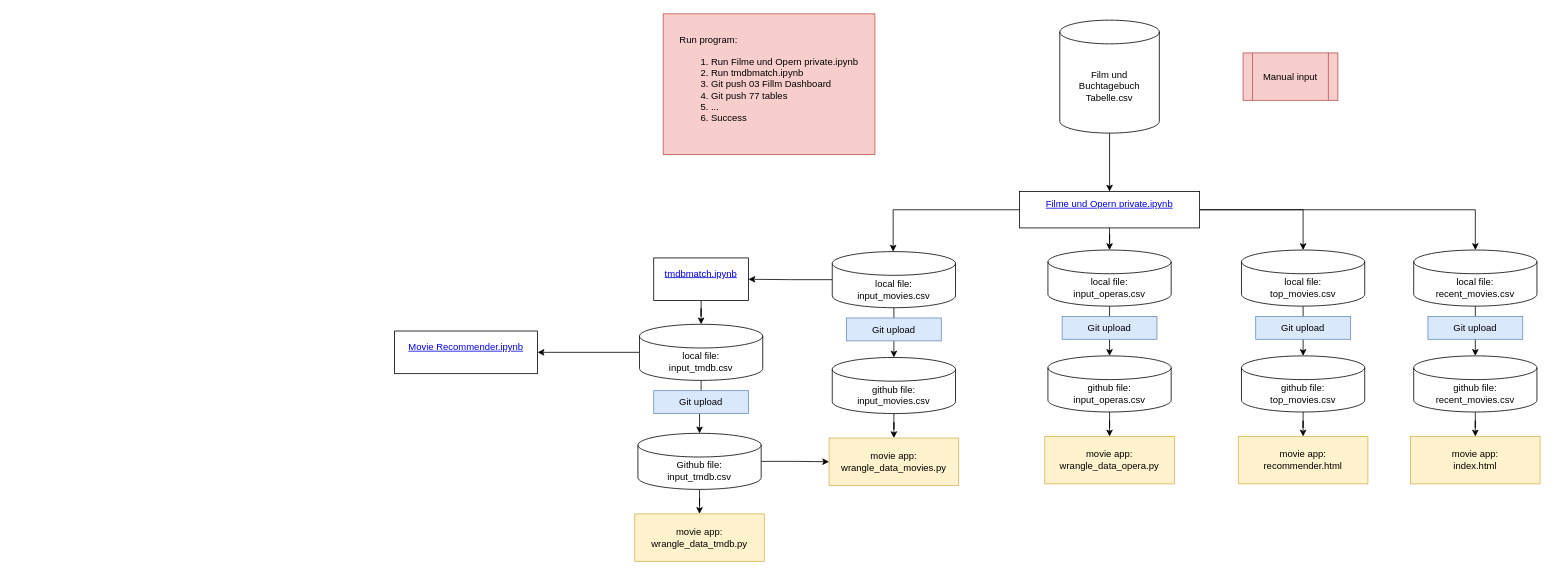
The draw.io diagram movie opera diary.drawio in muellermax/app.diagrams.net-data, before the edit. Source tidied: cells renumbered, new cells numbered last; positions are measured from the earlier drawing's top-left corner, leaving out a move shared by most shapes. Both pictures are drawn from the tidied source at 79%, with x=0, y=0 at pixel (394, 13).
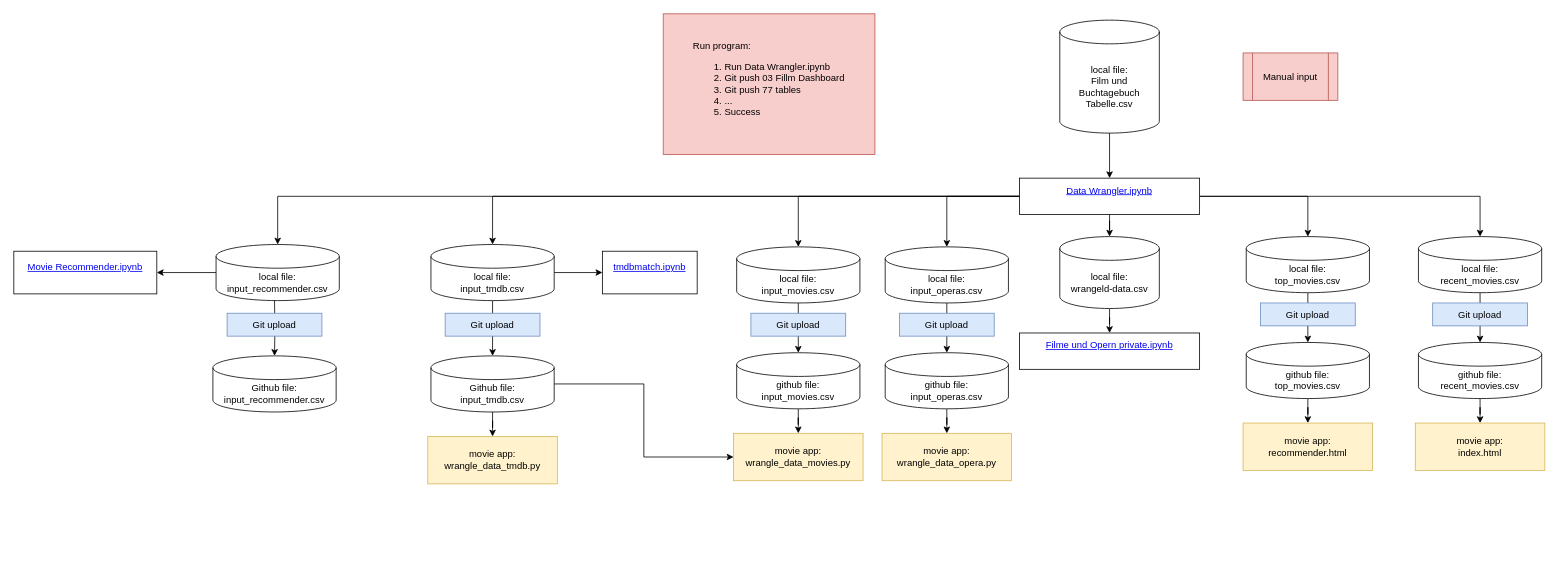
After the change.

Change to the diagram source:
```diff
@@
-    <mxCell id="2" style="edgeStyle=orthogonalEdgeStyle;rounded=0;jettySize=auto;html=1;exitX=0.5;exitY=1;exitDx=0;exitDy=0;exitPerimeter=0;entryX=0.5;entryY=0;entryDx=0;entryDy=0;" parent="1" edge="1" source="3" target="9">
-      <mxGeometry relative="1" as="geometry" />
-    </mxCell>
+    <mxCell id="47" style="edgeStyle=orthogonalEdgeStyle;rounded=0;jettySize=auto;html=1;exitX=0.5;exitY=1;exitDx=0;exitDy=0;exitPerimeter=0;entryX=0.5;entryY=0;entryDx=0;entryDy=0;" parent="1" edge="1" source="3" target="56">
+      <mxGeometry relative="1" as="geometry" />
+    </mxCell>
-    <mxCell id="3" value="Film und Buchtagebuch Tabelle.csv" style="shape=cylinder3;whiteSpace=wrap;html=1;boundedLbl=1;backgroundOutline=1;size=15;rotation=0;" parent="1" vertex="1">
+    <mxCell id="3" value="&lt;div&gt;local file: &lt;br&gt;&lt;/div&gt;&lt;div&gt;Film und Buchtagebuch Tabelle.csv&lt;/div&gt;" style="shape=cylinder3;whiteSpace=wrap;html=1;boundedLbl=1;backgroundOutline=1;size=15;rotation=0;" parent="1" vertex="1">
       <mxGeometry x="842" y="8" width="126" height="143" as="geometry" />
     </mxCell>
@@
-    <mxCell id="5" style="edgeStyle=orthogonalEdgeStyle;rounded=0;jettySize=auto;html=1;entryX=0.5;entryY=0;entryDx=0;entryDy=0;entryPerimeter=0;" parent="1" edge="1" source="9" target="14">
-      <mxGeometry relative="1" as="geometry" />
-    </mxCell>
-    <mxCell id="6" style="edgeStyle=orthogonalEdgeStyle;rounded=0;jettySize=auto;html=1;entryX=0.494;entryY=0;entryDx=0;entryDy=0;entryPerimeter=0;" parent="1" edge="1" source="9" target="12">
-      <mxGeometry relative="1" as="geometry" />
-    </mxCell>
-    <mxCell id="7" style="edgeStyle=orthogonalEdgeStyle;rounded=0;jettySize=auto;html=1;" parent="1" edge="1" source="9" target="34">
-      <mxGeometry relative="1" as="geometry" />
-    </mxCell>
-    <mxCell id="8" style="edgeStyle=orthogonalEdgeStyle;rounded=0;jettySize=auto;html=1;" parent="1" edge="1" source="9" target="40">
-      <mxGeometry relative="1" as="geometry" />
-    </mxCell>
     <mxCell id="9" value="&#10;&lt;a class=&quot;item_link&quot; href=&quot;http://localhost:8888/notebooks/01%20Filmprojekt/Filme%20und%20Opern%20private.ipynb&quot; target=&quot;_blank&quot;&gt;&lt;span class=&quot;item_name&quot;&gt;Filme und Opern private.ipynb&lt;/span&gt;&lt;/a&gt;&#10;&#10;" style="rounded=0;whiteSpace=wrap;html=1;" parent="1" vertex="1">
-      <mxGeometry x="791" y="225" width="228" height="46" as="geometry" />
+      <mxGeometry x="791" y="404" width="228" height="46" as="geometry" />
     </mxCell>
@@
-    <mxCell id="11" style="edgeStyle=orthogonalEdgeStyle;rounded=0;jettySize=auto;html=1;entryX=1;entryY=0.5;entryDx=0;entryDy=0;" parent="1" edge="1" source="12" target="24">
-      <mxGeometry relative="1" as="geometry" />
-    </mxCell>
     <mxCell id="12" value="&lt;div&gt;local file: &lt;br&gt;&lt;/div&gt;&lt;div&gt;input_movies.csv&lt;/div&gt;" style="shape=cylinder3;whiteSpace=wrap;html=1;boundedLbl=1;backgroundOutline=1;size=15;" parent="1" vertex="1">
-      <mxGeometry x="554" y="301" width="156" height="71" as="geometry" />
+      <mxGeometry x="433" y="295" width="156" height="71" as="geometry" />
     </mxCell>
@@
     <mxCell id="14" value="&lt;div&gt;local file: &lt;br&gt;&lt;/div&gt;&lt;div&gt;input_operas.csv&lt;/div&gt;" style="shape=cylinder3;whiteSpace=wrap;html=1;boundedLbl=1;backgroundOutline=1;size=15;" parent="1" vertex="1">
-      <mxGeometry x="827" y="299" width="156" height="71" as="geometry" />
+      <mxGeometry x="621" y="295" width="156" height="71" as="geometry" />
     </mxCell>
@@
     <mxCell id="16" value="&lt;div&gt;github file: &lt;br&gt;&lt;/div&gt;&lt;div&gt;input_operas.csv&lt;/div&gt;" style="shape=cylinder3;whiteSpace=wrap;html=1;boundedLbl=1;backgroundOutline=1;size=15;" parent="1" vertex="1">
-      <mxGeometry x="827" y="433" width="156" height="71" as="geometry" />
+      <mxGeometry x="621" y="429" width="156" height="71" as="geometry" />
     </mxCell>
@@
     <mxCell id="18" value="&lt;div&gt;github file: &lt;br&gt;&lt;/div&gt;&lt;div&gt;input_movies.csv&lt;/div&gt;" style="shape=cylinder3;whiteSpace=wrap;html=1;boundedLbl=1;backgroundOutline=1;size=15;" parent="1" vertex="1">
-      <mxGeometry x="554" y="435" width="156" height="71" as="geometry" />
+      <mxGeometry x="433" y="429" width="156" height="71" as="geometry" />
     </mxCell>
     <mxCell id="19" value="movie app:&lt;br&gt;&lt;div&gt;wrangle_data_movies.py&lt;/div&gt;" style="rounded=0;whiteSpace=wrap;html=1;fillColor=#fff2cc;strokeColor=#d6b656;" parent="1" vertex="1">
-      <mxGeometry x="550" y="537" width="164" height="60" as="geometry" />
+      <mxGeometry x="429" y="531" width="164" height="60" as="geometry" />
     </mxCell>
     <mxCell id="20" value="Git upload" style="rounded=0;whiteSpace=wrap;html=1;fillColor=#dae8fc;strokeColor=#6c8ebf;" parent="1" vertex="1">
-      <mxGeometry x="572" y="385" width="120" height="29" as="geometry" />
+      <mxGeometry x="451" y="379" width="120" height="29" as="geometry" />
     </mxCell>
     <mxCell id="21" value="Git upload" style="rounded=0;whiteSpace=wrap;html=1;fillColor=#dae8fc;strokeColor=#6c8ebf;" parent="1" vertex="1">
-      <mxGeometry x="845" y="383" width="120" height="29" as="geometry" />
+      <mxGeometry x="639" y="379" width="120" height="29" as="geometry" />
     </mxCell>
     <mxCell id="22" value="movie app:&lt;br&gt;&lt;div&gt;wrangle_data_opera.py&lt;/div&gt;" style="rounded=0;whiteSpace=wrap;html=1;fillColor=#fff2cc;strokeColor=#d6b656;" parent="1" vertex="1">
-      <mxGeometry x="823" y="535" width="164" height="60" as="geometry" />
+      <mxGeometry x="617" y="531" width="164" height="60" as="geometry" />
     </mxCell>
-    <mxCell id="23" style="edgeStyle=orthogonalEdgeStyle;rounded=0;jettySize=auto;html=1;" parent="1" edge="1" source="24" target="27">
-      <mxGeometry relative="1" as="geometry" />
-    </mxCell>
     <mxCell id="24" value="&#10;&lt;i class=&quot;item_icon running_notebook_icon icon-fixed-width&quot;&gt;&lt;/i&gt;&lt;a class=&quot;item_link&quot; href=&quot;http://localhost:8888/notebooks/01%20Filmprojekt/tmdbmatch.ipynb&quot; target=&quot;_blank&quot;&gt;&lt;span class=&quot;item_name&quot;&gt;tmdbmatch.ipynb&lt;/span&gt;&lt;/a&gt;&#10;&#10;" style="rounded=0;whiteSpace=wrap;html=1;" parent="1" vertex="1">
-      <mxGeometry x="328" y="309" width="120" height="54" as="geometry" />
+      <mxGeometry x="263" y="300.5" width="120" height="54" as="geometry" />
     </mxCell>
@@
-    <mxCell id="26" style="edgeStyle=orthogonalEdgeStyle;rounded=0;jettySize=auto;html=1;" parent="1" edge="1" source="27" target="45">
-      <mxGeometry relative="1" as="geometry" />
-    </mxCell>
+    <mxCell id="48" style="edgeStyle=orthogonalEdgeStyle;rounded=0;jettySize=auto;html=1;entryX=0;entryY=0.5;entryDx=0;entryDy=0;" parent="1" edge="1" source="27" target="24">
+      <mxGeometry relative="1" as="geometry" />
+    </mxCell>
     <mxCell id="27" value="&lt;div&gt;local file: &lt;br&gt;&lt;/div&gt;&lt;div&gt;input_tmdb.csv&lt;/div&gt;" style="shape=cylinder3;whiteSpace=wrap;html=1;boundedLbl=1;backgroundOutline=1;size=15;" parent="1" vertex="1">
-      <mxGeometry x="310" y="393" width="156" height="71" as="geometry" />
+      <mxGeometry x="46" y="292" width="156" height="71" as="geometry" />
     </mxCell>
@@
     <mxCell id="30" value="&lt;div&gt;Github file: &lt;br&gt;&lt;/div&gt;&lt;div&gt;input_tmdb.csv&lt;/div&gt;" style="shape=cylinder3;whiteSpace=wrap;html=1;boundedLbl=1;backgroundOutline=1;size=15;" parent="1" vertex="1">
-      <mxGeometry x="308" y="531" width="156" height="71" as="geometry" />
+      <mxGeometry x="46" y="433" width="156" height="71" as="geometry" />
     </mxCell>
     <mxCell id="31" value="Git upload" style="rounded=0;whiteSpace=wrap;html=1;fillColor=#dae8fc;strokeColor=#6c8ebf;" parent="1" vertex="1">
-      <mxGeometry x="328" y="477" width="120" height="29" as="geometry" />
+      <mxGeometry x="64" y="379" width="120" height="29" as="geometry" />
     </mxCell>
     <mxCell id="32" value="movie app:&lt;br&gt;&lt;div&gt;wrangle_data_tmdb.py&lt;/div&gt;" style="rounded=0;whiteSpace=wrap;html=1;fillColor=#fff2cc;strokeColor=#d6b656;" parent="1" vertex="1">
-      <mxGeometry x="304" y="633" width="164" height="60" as="geometry" />
+      <mxGeometry x="42" y="535" width="164" height="60" as="geometry" />
     </mxCell>
@@
     <mxCell id="34" value="&lt;div&gt;local file: &lt;br&gt;&lt;/div&gt;&lt;div&gt;top_movies.csv&lt;/div&gt;" style="shape=cylinder3;whiteSpace=wrap;html=1;boundedLbl=1;backgroundOutline=1;size=15;" parent="1" vertex="1">
-      <mxGeometry x="1072" y="299" width="156" height="71" as="geometry" />
+      <mxGeometry x="1078" y="282" width="156" height="71" as="geometry" />
     </mxCell>
@@
     <mxCell id="36" value="&lt;div&gt;github file:&lt;br&gt;&lt;/div&gt;&lt;div&gt;top_movies.csv&lt;/div&gt;" style="shape=cylinder3;whiteSpace=wrap;html=1;boundedLbl=1;backgroundOutline=1;size=15;" parent="1" vertex="1">
-      <mxGeometry x="1072" y="433" width="156" height="71" as="geometry" />
+      <mxGeometry x="1078" y="416" width="156" height="71" as="geometry" />
     </mxCell>
     <mxCell id="37" value="Git upload" style="rounded=0;whiteSpace=wrap;html=1;fillColor=#dae8fc;strokeColor=#6c8ebf;" parent="1" vertex="1">
-      <mxGeometry x="1090" y="383" width="120" height="29" as="geometry" />
+      <mxGeometry x="1096" y="366" width="120" height="29" as="geometry" />
     </mxCell>
     <mxCell id="38" value="movie app:&lt;br&gt;&lt;div&gt;recommender.html&lt;/div&gt;" style="rounded=0;whiteSpace=wrap;html=1;fillColor=#fff2cc;strokeColor=#d6b656;" parent="1" vertex="1">
-      <mxGeometry x="1068" y="535" width="164" height="60" as="geometry" />
+      <mxGeometry x="1074" y="518" width="164" height="60" as="geometry" />
     </mxCell>
@@
     <mxCell id="40" value="&lt;div&gt;local file: &lt;br&gt;&lt;/div&gt;&lt;div&gt;recent_movies.csv&lt;/div&gt;" style="shape=cylinder3;whiteSpace=wrap;html=1;boundedLbl=1;backgroundOutline=1;size=15;" parent="1" vertex="1">
-      <mxGeometry x="1290" y="299" width="156" height="71" as="geometry" />
+      <mxGeometry x="1296" y="282" width="156" height="71" as="geometry" />
     </mxCell>
@@
     <mxCell id="42" value="&lt;div&gt;github file:&lt;br&gt;&lt;/div&gt;&lt;div&gt;&lt;div&gt;recent_movies.csv&lt;/div&gt;&lt;/div&gt;" style="shape=cylinder3;whiteSpace=wrap;html=1;boundedLbl=1;backgroundOutline=1;size=15;" parent="1" vertex="1">
-      <mxGeometry x="1290" y="433" width="156" height="71" as="geometry" />
+      <mxGeometry x="1296" y="416" width="156" height="71" as="geometry" />
     </mxCell>
     <mxCell id="43" value="Git upload" style="rounded=0;whiteSpace=wrap;html=1;fillColor=#dae8fc;strokeColor=#6c8ebf;" parent="1" vertex="1">
-      <mxGeometry x="1308" y="383" width="120" height="29" as="geometry" />
+      <mxGeometry x="1314" y="366" width="120" height="29" as="geometry" />
     </mxCell>
     <mxCell id="44" value="movie app:&lt;br&gt;&lt;div&gt;index.html&lt;/div&gt;" style="rounded=0;whiteSpace=wrap;html=1;fillColor=#fff2cc;strokeColor=#d6b656;" parent="1" vertex="1">
-      <mxGeometry x="1286" y="535" width="164" height="60" as="geometry" />
+      <mxGeometry x="1292" y="518" width="164" height="60" as="geometry" />
     </mxCell>
     <mxCell id="45" value="&#10;&lt;a class=&quot;item_link&quot; href=&quot;http://localhost:8888/notebooks/01%20Filmprojekt/Movie%20Recommender.ipynb&quot; target=&quot;_blank&quot;&gt;&lt;span class=&quot;item_name&quot;&gt;Movie Recommender.ipynb&lt;/span&gt;&lt;/a&gt;&#10;&#10;" style="rounded=0;whiteSpace=wrap;html=1;" parent="1" vertex="1">
-      <mxGeometry y="401.5" width="181" height="54" as="geometry" />
+      <mxGeometry x="-482" y="300.5" width="181" height="54" as="geometry" />
     </mxCell>
-    <mxCell id="46" value="&lt;div align=&quot;left&quot;&gt;Run program: &lt;br&gt;&lt;/div&gt;&lt;div align=&quot;left&quot;&gt;&lt;ol&gt;&lt;li&gt;Run Filme und Opern private.ipynb&lt;/li&gt;&lt;li&gt;Run tmdbmatch.ipynb&lt;/li&gt;&lt;li&gt;Git push 03 Fillm Dashboard&lt;/li&gt;&lt;li&gt;Git push 77 tables&lt;/li&gt;&lt;li&gt;...&lt;/li&gt;&lt;li&gt;Success&lt;br&gt;&lt;/li&gt;&lt;/ol&gt;&lt;/div&gt;" style="rounded=0;whiteSpace=wrap;html=1;fillColor=#f8cecc;strokeColor=#b85450;" parent="1" vertex="1">
+    <mxCell id="46" value="&lt;div align=&quot;left&quot;&gt;Run program: &lt;br&gt;&lt;/div&gt;&lt;div align=&quot;left&quot;&gt;&lt;ol&gt;&lt;li&gt;Run Data Wrangler.ipynb&lt;/li&gt;&lt;li&gt;Git push 03 Fillm Dashboard&lt;/li&gt;&lt;li&gt;Git push 77 tables&lt;/li&gt;&lt;li&gt;...&lt;/li&gt;&lt;li&gt;Success&lt;br&gt;&lt;/li&gt;&lt;/ol&gt;&lt;/div&gt;" style="rounded=0;whiteSpace=wrap;html=1;fillColor=#f8cecc;strokeColor=#b85450;" parent="1" vertex="1">
       <mxGeometry x="340" width="268" height="178" as="geometry" />
     </mxCell>
+    <mxCell id="49" style="edgeStyle=orthogonalEdgeStyle;rounded=0;jettySize=auto;html=1;entryX=0.5;entryY=0;entryDx=0;entryDy=0;entryPerimeter=0;" parent="1" edge="1" source="56" target="58">
+      <mxGeometry relative="1" as="geometry" />
+    </mxCell>
+    <mxCell id="50" style="edgeStyle=orthogonalEdgeStyle;rounded=0;jettySize=auto;html=1;entryX=0.5;entryY=0;entryDx=0;entryDy=0;entryPerimeter=0;" parent="1" edge="1" source="56" target="14">
+      <mxGeometry relative="1" as="geometry" />
+    </mxCell>
+    <mxCell id="51" style="edgeStyle=orthogonalEdgeStyle;rounded=0;jettySize=auto;html=1;entryX=0.5;entryY=0;entryDx=0;entryDy=0;entryPerimeter=0;" parent="1" edge="1" source="56" target="12">
+      <mxGeometry relative="1" as="geometry" />
+    </mxCell>
+    <mxCell id="52" style="edgeStyle=orthogonalEdgeStyle;rounded=0;jettySize=auto;html=1;entryX=0.5;entryY=0;entryDx=0;entryDy=0;entryPerimeter=0;" parent="1" edge="1" source="56" target="34">
+      <mxGeometry relative="1" as="geometry" />
+    </mxCell>
+    <mxCell id="53" style="edgeStyle=orthogonalEdgeStyle;rounded=0;jettySize=auto;html=1;entryX=0.5;entryY=0;entryDx=0;entryDy=0;entryPerimeter=0;" parent="1" edge="1" source="56" target="40">
+      <mxGeometry relative="1" as="geometry" />
+    </mxCell>
+    <mxCell id="54" style="edgeStyle=orthogonalEdgeStyle;rounded=0;jettySize=auto;html=1;" parent="1" edge="1" source="56" target="27">
+      <mxGeometry relative="1" as="geometry" />
+    </mxCell>
+    <mxCell id="55" style="edgeStyle=orthogonalEdgeStyle;rounded=0;jettySize=auto;html=1;entryX=0.5;entryY=0;entryDx=0;entryDy=0;entryPerimeter=0;" parent="1" edge="1" source="56" target="60">
+      <mxGeometry relative="1" as="geometry" />
+    </mxCell>
+    <mxCell id="56" value="&#10;&lt;a class=&quot;item_link&quot; href=&quot;http://localhost:8888/notebooks/01%20Filmprojekt/Data%20Wrangler.ipynb&quot; target=&quot;_blank&quot;&gt;&lt;span class=&quot;item_name&quot;&gt;Data Wrangler.ipynb&lt;/span&gt;&lt;/a&gt;&#10;&#10;" style="rounded=0;whiteSpace=wrap;html=1;" parent="1" vertex="1">
+      <mxGeometry x="791" y="208" width="228" height="46" as="geometry" />
+    </mxCell>
+    <mxCell id="57" style="edgeStyle=orthogonalEdgeStyle;rounded=0;jettySize=auto;html=1;entryX=0.5;entryY=0;entryDx=0;entryDy=0;" parent="1" edge="1" source="58" target="9">
+      <mxGeometry relative="1" as="geometry" />
+    </mxCell>
+    <mxCell id="58" value="&lt;div&gt;local file: &lt;br&gt;&lt;/div&gt;&lt;div&gt;wrangeld-data.csv&lt;br&gt;&lt;/div&gt;" style="shape=cylinder3;whiteSpace=wrap;html=1;boundedLbl=1;backgroundOutline=1;size=15;rotation=0;" parent="1" vertex="1">
+      <mxGeometry x="842" y="282" width="126" height="91" as="geometry" />
+    </mxCell>
+    <mxCell id="59" style="edgeStyle=orthogonalEdgeStyle;rounded=0;jettySize=auto;html=1;entryX=1;entryY=0.5;entryDx=0;entryDy=0;" parent="1" edge="1" source="60" target="45">
+      <mxGeometry relative="1" as="geometry" />
+    </mxCell>
+    <mxCell id="60" value="&lt;div&gt;local file: &lt;br&gt;&lt;/div&gt;&lt;div&gt;input_recommender.csv&lt;/div&gt;" style="shape=cylinder3;whiteSpace=wrap;html=1;boundedLbl=1;backgroundOutline=1;size=15;" parent="1" vertex="1">
+      <mxGeometry x="-226" y="292" width="156" height="71" as="geometry" />
+    </mxCell>
+    <mxCell id="61" style="edgeStyle=orthogonalEdgeStyle;rounded=0;jettySize=auto;html=1;entryX=0.5;entryY=0;entryDx=0;entryDy=0;entryPerimeter=0;" parent="1" edge="1" target="62">
+      <mxGeometry relative="1" as="geometry">
+        <mxPoint x="-152" y="363" as="sourcePoint" />
+      </mxGeometry>
+    </mxCell>
+    <mxCell id="62" value="&lt;div&gt;Github file: &lt;br&gt;&lt;/div&gt;&lt;div&gt;input_recommender.csv&lt;/div&gt;" style="shape=cylinder3;whiteSpace=wrap;html=1;boundedLbl=1;backgroundOutline=1;size=15;" parent="1" vertex="1">
+      <mxGeometry x="-230" y="433" width="156" height="71" as="geometry" />
+    </mxCell>
+    <mxCell id="63" value="Git upload" style="rounded=0;whiteSpace=wrap;html=1;fillColor=#dae8fc;strokeColor=#6c8ebf;" parent="1" vertex="1">
+      <mxGeometry x="-212" y="379" width="120" height="29" as="geometry" />
+    </mxCell>
```
